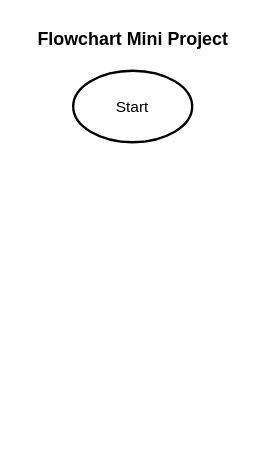
The draw.io diagram Flowchart MInpro.drawio in ainunnnnnn23/Ainun-Project, before the edit. Source tidied: cells renumbered, new cells numbered last; positions are measured from the earlier drawing's top-left corner, leaving out a move shared by most shapes. Both pictures are drawn from the tidied source at 119%, with x=0, y=0 at pixel (25, 20).
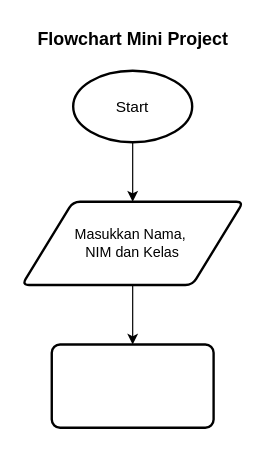
The same page after the edit.

Change to the diagram source:
```diff
@@
 <mxGraphModel>
   <root>
     <mxCell id="0" />
     <mxCell id="1" parent="0" />
+    <mxCell id="4" style="edgeStyle=orthogonalEdgeStyle;rounded=0;jettySize=auto;html=1;exitX=0.5;exitY=1;exitDx=0;exitDy=0;exitPerimeter=0;" parent="1" edge="1" source="2" target="6">
+      <mxGeometry relative="1" as="geometry" />
+    </mxCell>
     <mxCell id="2" value="&lt;font style=&quot;font-size: 13px;&quot;&gt;Start&lt;/font&gt;" style="strokeWidth=2;html=1;shape=mxgraph.flowchart.start_1;whiteSpace=wrap;" parent="1" vertex="1">
       <mxGeometry x="40" y="42" width="100" height="60" as="geometry" />
     </mxCell>
     <mxCell id="3" value="&lt;b&gt;&lt;font style=&quot;font-size: 15px;&quot;&gt;Flowchart Mini Project&lt;/font&gt;&lt;/b&gt;" style="text;html=1;align=center;verticalAlign=middle;strokeColor=none;fillColor=none;" parent="1" vertex="1">
       <mxGeometry width="180" height="30" as="geometry" />
     </mxCell>
+    <mxCell id="5" style="edgeStyle=orthogonalEdgeStyle;rounded=0;jettySize=auto;html=1;exitX=0.5;exitY=1;exitDx=0;exitDy=0;" parent="1" edge="1" source="6" target="7">
+      <mxGeometry relative="1" as="geometry" />
+    </mxCell>
+    <mxCell id="6" value="&lt;font style=&quot;font-size: 12px;&quot;&gt;Masukkan Nama,&amp;nbsp;&lt;/font&gt;&lt;div&gt;&lt;font style=&quot;font-size: 12px;&quot;&gt;NIM&amp;nbsp;&lt;/font&gt;&lt;span style=&quot;background-color: initial;&quot;&gt;dan Kelas&lt;/span&gt;&lt;/div&gt;" style="shape=parallelogram;html=1;strokeWidth=2;perimeter=parallelogramPerimeter;whiteSpace=wrap;rounded=1;arcSize=12;size=0.23;" parent="1" vertex="1">
+      <mxGeometry x="-3" y="152" width="186" height="70" as="geometry" />
+    </mxCell>
+    <mxCell id="7" style="rounded=1;whiteSpace=wrap;html=1;absoluteArcSize=1;arcSize=14;strokeWidth=2;" parent="1" vertex="1">
+      <mxGeometry x="22" y="272" width="136" height="70" as="geometry" />
+    </mxCell>
   </root>
 </mxGraphModel>
```
